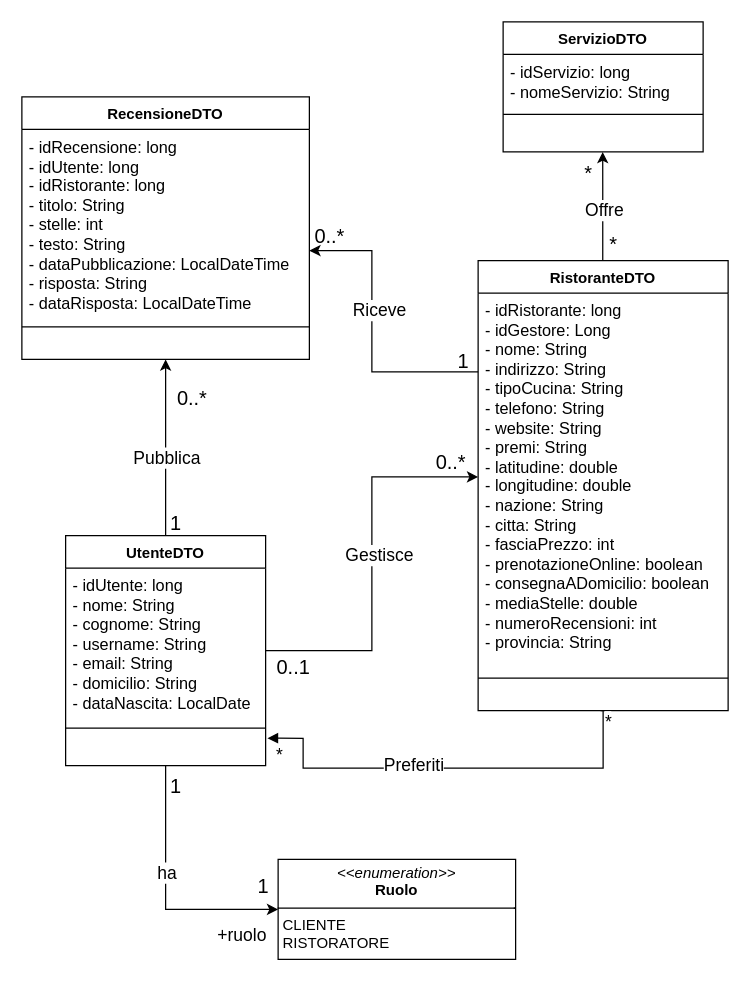
FloshDev/TheKnife-B keeps this draw.io diagram as Progettazione/1_Doc. Conclusi/Diagrammi/ClassDiagram.drawio. Above is the earlier version. Source tidied: cells renumbered, new cells numbered last; positions are measured from the earlier drawing's top-left corner, leaving out a move shared by most shapes. Both pictures are drawn from the tidied source at 125%, with x=0, y=0 at pixel (21, 21).
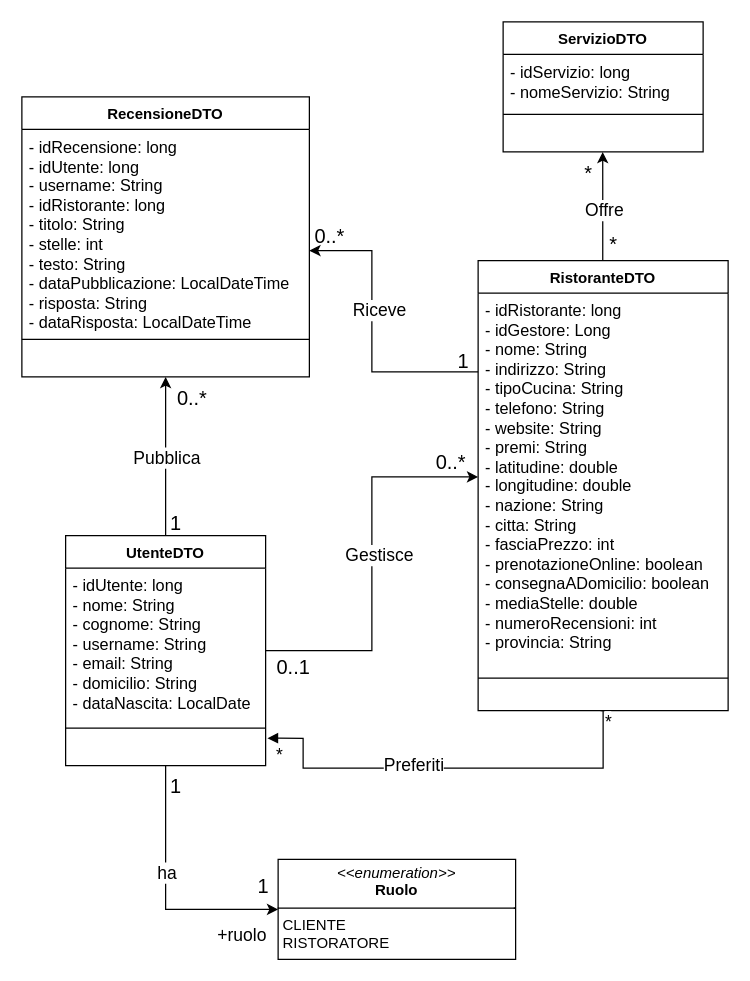
After the change.

Commit message (it also covers changes not shown here):
Allineamento ClassDiagram e chiusura di S44

Implementazione di RistoranteService.eliminaRistorante()

The edit, as a diff of the source:
```diff
@@
     <mxCell id="17" value="RecensioneDTO" style="swimlane;fontStyle=1;align=center;verticalAlign=top;horizontal=1;startSize=26;whiteSpace=wrap;html=1;" parent="1" vertex="1">
-      <mxGeometry y="60" width="230" height="210" as="geometry" />
+      <mxGeometry y="60" width="230" height="224" as="geometry" />
     </mxCell>
-    <mxCell id="18" value="&lt;div&gt;&lt;span style=&quot;font-size: 13px;&quot;&gt;- idRecensione: long&lt;/span&gt;&lt;/div&gt;&lt;div&gt;&lt;span style=&quot;font-size: 13px;&quot;&gt;- idUtente: long&lt;/span&gt;&lt;/div&gt;&lt;div&gt;&lt;span style=&quot;font-size: 13px;&quot;&gt;- idRistorante: long&lt;/span&gt;&lt;/div&gt;&lt;div&gt;&lt;span style=&quot;font-size: 13px;&quot;&gt;- titolo: String&lt;/span&gt;&lt;/div&gt;&lt;div&gt;&lt;span style=&quot;font-size: 13px;&quot;&gt;- stelle: int&lt;/span&gt;&lt;/div&gt;&lt;div&gt;&lt;span style=&quot;font-size: 13px;&quot;&gt;- testo: String&lt;/span&gt;&lt;/div&gt;&lt;div&gt;&lt;span style=&quot;font-size: 13px;&quot;&gt;- dataPubblicazione:&amp;nbsp;&lt;/span&gt;&lt;span style=&quot;background-color: transparent; font-size: 13px;&quot;&gt;LocalDateTime&lt;/span&gt;&lt;/div&gt;&lt;div&gt;&lt;span style=&quot;font-size: 13px;&quot;&gt;- risposta: String&lt;/span&gt;&lt;/div&gt;&lt;div&gt;&lt;span style=&quot;font-size: 13px;&quot;&gt;- dataRisposta:&amp;nbsp;&lt;/span&gt;&lt;span style=&quot;background-color: transparent; font-size: 13px;&quot;&gt;LocalDateTime&lt;/span&gt;&lt;/div&gt;" style="text;strokeColor=none;fillColor=none;align=left;verticalAlign=top;spacingLeft=4;spacingRight=4;overflow=hidden;whiteSpace=wrap;html=1;" parent="17" vertex="1">
-      <mxGeometry y="26" width="230" height="154" as="geometry" />
+    <mxCell id="18" value="&lt;div&gt;&lt;span style=&quot;font-size: 13px;&quot;&gt;- idRecensione: long&lt;/span&gt;&lt;/div&gt;&lt;div&gt;&lt;span style=&quot;font-size: 13px;&quot;&gt;- idUtente: long&lt;/span&gt;&lt;/div&gt;&lt;div&gt;&lt;span style=&quot;font-size: 13px;&quot;&gt;- username: String&lt;/span&gt;&lt;/div&gt;&lt;div&gt;&lt;span style=&quot;font-size: 13px;&quot;&gt;- idRistorante: long&lt;/span&gt;&lt;/div&gt;&lt;div&gt;&lt;span style=&quot;font-size: 13px;&quot;&gt;- titolo: String&lt;/span&gt;&lt;/div&gt;&lt;div&gt;&lt;span style=&quot;font-size: 13px;&quot;&gt;- stelle: int&lt;/span&gt;&lt;/div&gt;&lt;div&gt;&lt;span style=&quot;font-size: 13px;&quot;&gt;- testo: String&lt;/span&gt;&lt;/div&gt;&lt;div&gt;&lt;span style=&quot;font-size: 13px;&quot;&gt;- dataPubblicazione:&amp;nbsp;&lt;/span&gt;&lt;span style=&quot;background-color: transparent; font-size: 13px;&quot;&gt;LocalDateTime&lt;/span&gt;&lt;/div&gt;&lt;div&gt;&lt;span style=&quot;font-size: 13px;&quot;&gt;- risposta: String&lt;/span&gt;&lt;/div&gt;&lt;div&gt;&lt;span style=&quot;font-size: 13px;&quot;&gt;- dataRisposta:&amp;nbsp;&lt;/span&gt;&lt;span style=&quot;background-color: transparent; font-size: 13px;&quot;&gt;LocalDateTime&lt;/span&gt;&lt;/div&gt;" style="text;strokeColor=none;fillColor=none;align=left;verticalAlign=top;spacingLeft=4;spacingRight=4;overflow=hidden;whiteSpace=wrap;html=1;" parent="17" vertex="1">
+      <mxGeometry y="26" width="230" height="164" as="geometry" />
     </mxCell>
     <mxCell id="19" style="line;strokeWidth=1;fillColor=none;align=left;verticalAlign=middle;spacingTop=-1;spacingLeft=3;spacingRight=3;labelPosition=right;strokeColor=inherit;" parent="17" vertex="1">
-      <mxGeometry y="180" width="230" height="8" as="geometry" />
+      <mxGeometry y="190" width="230" height="8" as="geometry" />
     </mxCell>
     <mxCell id="20" value="&amp;nbsp;&amp;nbsp;" style="text;strokeColor=none;fillColor=none;align=left;verticalAlign=top;spacingLeft=4;spacingRight=4;overflow=hidden;whiteSpace=wrap;html=1;" parent="17" vertex="1">
-      <mxGeometry y="188" width="230" height="22" as="geometry" />
+      <mxGeometry y="198" width="230" height="26" as="geometry" />
     </mxCell>
```
